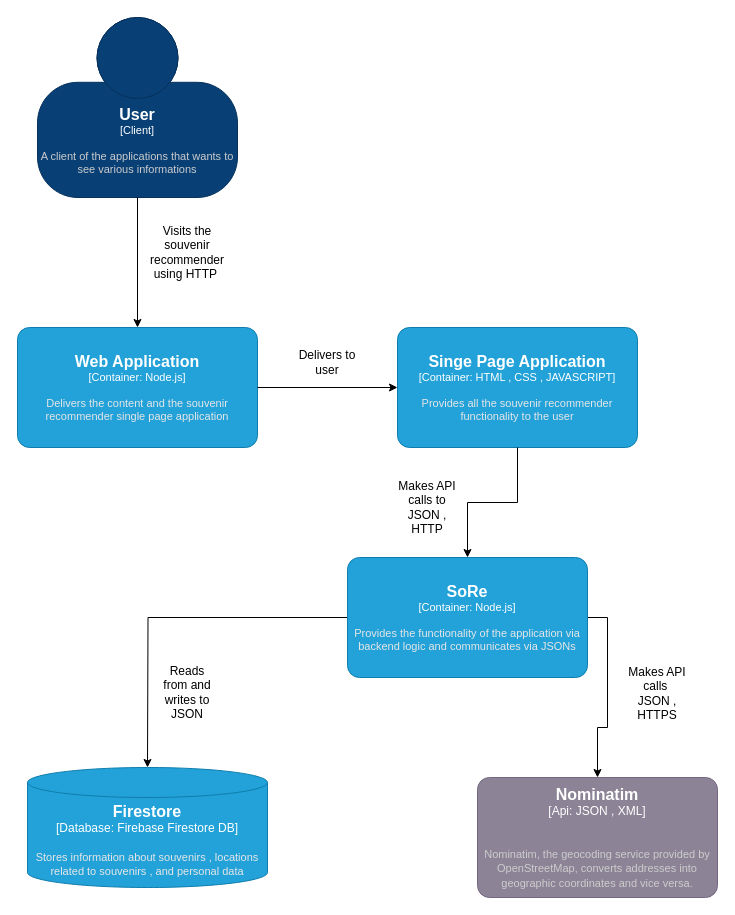
Earlier version of the draw.io diagram Documentatie/Sore_C4_LEVEL2.drawio (BejenaruIoanMatei/TehnologiiWeb). Source tidied: cells renumbered, new cells numbered last; positions are measured from the earlier drawing's top-left corner, leaving out a move shared by most shapes. Both pictures are drawn from the tidied source at 100%, with x=0, y=0 at pixel (17, 17).
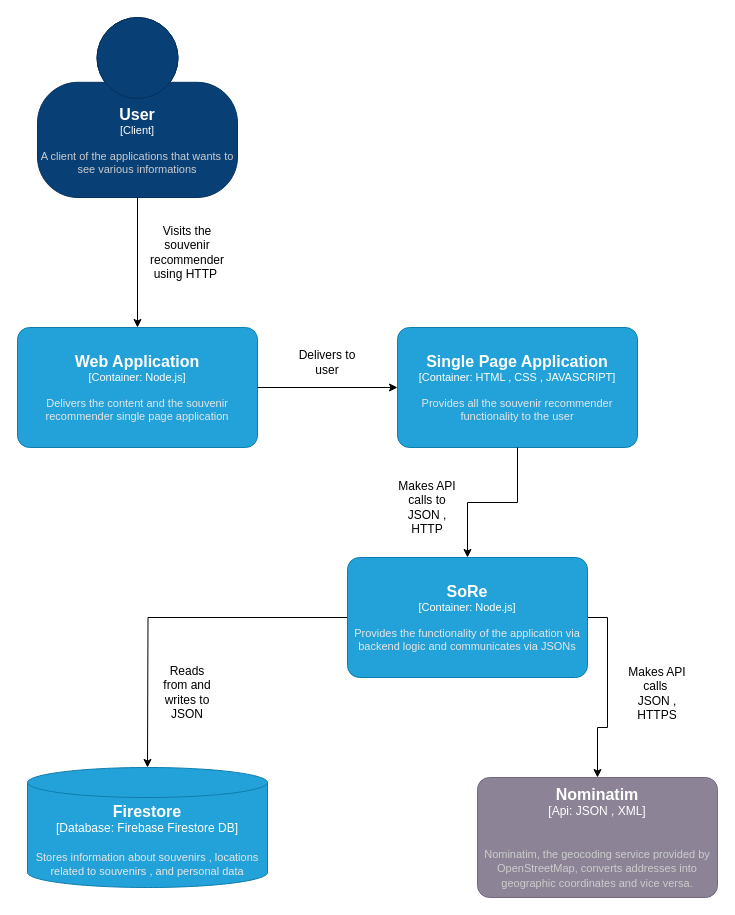
After the change.

Diff of the diagram source:
```diff
@@
-    <object id="4" label="&lt;font style=&quot;font-size: 16px&quot;&gt;&lt;b&gt;%c4Name%&lt;/b&gt;&lt;/font&gt;&lt;div&gt;[%c4Type%: %c4Technology%]&lt;/div&gt;&lt;br&gt;&lt;div&gt;&lt;font style=&quot;font-size: 11px&quot;&gt;&lt;font color=&quot;#E6E6E6&quot;&gt;%c4Description%&lt;/font&gt;&lt;/div&gt;" c4Description="Provides all the souvenir recommender functionality to the user " c4Name="Singe Page Application" c4Technology="HTML , CSS , JAVASCRIPT" c4Type="Container" placeholders="1">
+    <object id="4" label="&lt;font style=&quot;font-size: 16px&quot;&gt;&lt;b&gt;%c4Name%&lt;/b&gt;&lt;/font&gt;&lt;div&gt;[%c4Type%: %c4Technology%]&lt;/div&gt;&lt;br&gt;&lt;div&gt;&lt;font style=&quot;font-size: 11px&quot;&gt;&lt;font color=&quot;#E6E6E6&quot;&gt;%c4Description%&lt;/font&gt;&lt;/div&gt;" c4Description="Provides all the souvenir recommender functionality to the user " c4Name="Single Page Application" c4Technology="HTML , CSS , JAVASCRIPT" c4Type="Container" placeholders="1">
       <mxCell style="rounded=1;whiteSpace=wrap;html=1;fontSize=11;labelBackgroundColor=none;fillColor=#23A2D9;fontColor=#ffffff;align=center;arcSize=10;strokeColor=#0E7DAD;points=[[0.25,0,0],[0.5,0,0],[0.75,0,0],[1,0.25,0],[1,0.5,0],[1,0.75,0],[0.75,1,0],[0.5,1,0],[0.25,1,0],[0,0.75,0],[0,0.5,0],[0,0.25,0]];" parent="1" vertex="1">
         <mxGeometry x="380" y="310" width="240" height="120" as="geometry" />
       </mxCell>
     </object>
```
